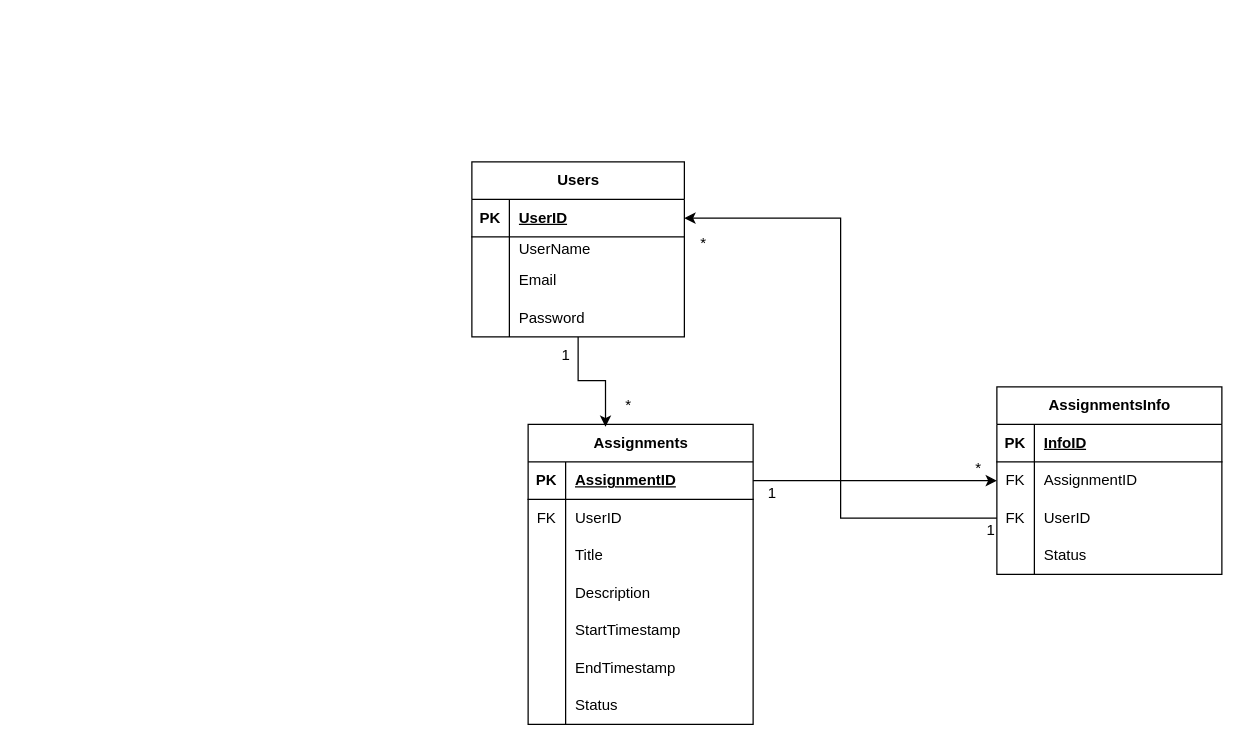
Above: FraudSnifferSchema.drawio in PraneethV-cmd/fraud-sniffer (draw.io), before the change. Source tidied: cells renumbered, new cells numbered last; positions are measured from the earlier drawing's top-left corner, leaving out a move shared by most shapes. Both pictures are drawn from the tidied source at 125%, with x=0, y=0 at pixel (471, 161).
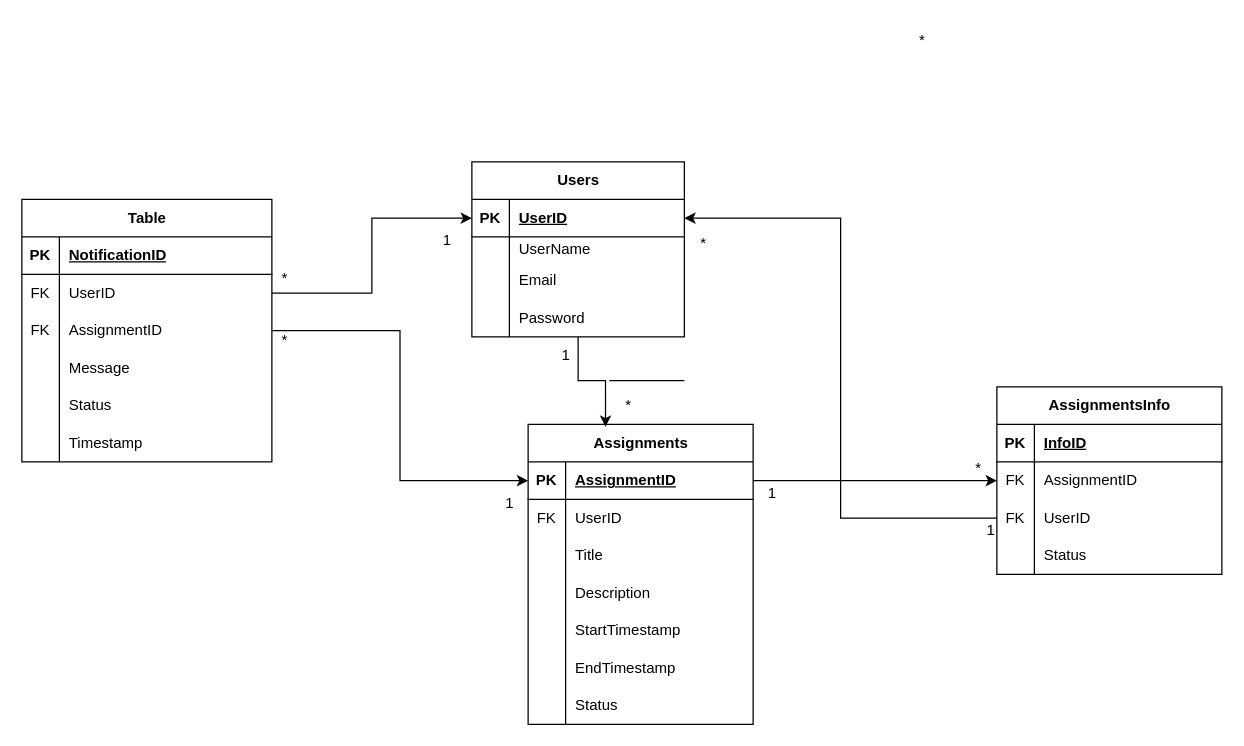
Above is the later version.

The change refers to these unchanged cells:
```xml
<mxCell id="3" style="shape=tableRow;horizontal=0;startSize=0;swimlaneHead=0;swimlaneBody=0;fillColor=none;points=[[0,0.5],[1,0.5]];portConstraint=eastwest;top=0;left=0;right=0;bottom=1;" parent="2" vertex="1">
  <mxGeometry y="30" width="170" height="30" as="geometry" />
</mxCell>
<mxCell id="16" style="shape=tableRow;horizontal=0;startSize=0;swimlaneHead=0;swimlaneBody=0;fillColor=none;points=[[0,0.5],[1,0.5]];portConstraint=eastwest;top=0;left=0;right=0;bottom=1;" parent="15" vertex="1">
  <mxGeometry y="30" width="180" height="30" as="geometry" />
</mxCell>
```

Diff of the diagram source:
```diff
@@
+    <mxCell id="60" value="Table" style="shape=table;startSize=30;childLayout=tableLayout;rowLines=0;fontStyle=1;align=center;html=1;" parent="1" vertex="1">
+      <mxGeometry x="-360" y="30" width="200" height="210" as="geometry" />
+    </mxCell>
+    <mxCell id="61" style="shape=tableRow;horizontal=0;startSize=0;swimlaneHead=0;swimlaneBody=0;fillColor=none;top=0;left=0;right=0;bottom=1;" parent="60" vertex="1">
+      <mxGeometry y="30" width="200" height="30" as="geometry" />
+    </mxCell>
+    <mxCell id="62" value="PK" style="shape=partialRectangle;fillColor=none;top=0;left=0;bottom=0;right=0;fontStyle=1;overflow=hidden;whiteSpace=wrap;html=1;" parent="61" vertex="1">
+      <mxGeometry width="30" height="30" as="geometry" />
+    </mxCell>
+    <mxCell id="63" value="NotificationID" style="shape=partialRectangle;fillColor=none;top=0;left=0;bottom=0;right=0;align=left;spacingLeft=6;fontStyle=5;overflow=hidden;whiteSpace=wrap;html=1;" parent="61" vertex="1">
+      <mxGeometry x="30" width="170" height="30" as="geometry" />
+    </mxCell>
+    <mxCell id="64" style="shape=tableRow;horizontal=0;startSize=0;swimlaneHead=0;swimlaneBody=0;fillColor=none;points=[[0,0.5],[1,0.5]];portConstraint=eastwest;top=0;left=0;right=0;bottom=0;" parent="60" vertex="1">
+      <mxGeometry y="60" width="200" height="30" as="geometry" />
+    </mxCell>
+    <mxCell id="65" value="FK" style="shape=partialRectangle;fillColor=none;top=0;left=0;bottom=0;right=0;overflow=hidden;whiteSpace=wrap;html=1;" parent="64" vertex="1">
+      <mxGeometry width="30" height="30" as="geometry" />
+    </mxCell>
+    <mxCell id="66" value="UserID" style="shape=partialRectangle;fillColor=none;top=0;left=0;bottom=0;right=0;align=left;spacingLeft=6;overflow=hidden;whiteSpace=wrap;html=1;" parent="64" vertex="1">
+      <mxGeometry x="30" width="170" height="30" as="geometry" />
+    </mxCell>
+    <mxCell id="67" style="shape=tableRow;horizontal=0;startSize=0;swimlaneHead=0;swimlaneBody=0;fillColor=none;points=[[0,0.5],[1,0.5]];portConstraint=eastwest;top=0;left=0;right=0;bottom=0;" parent="60" vertex="1">
+      <mxGeometry y="90" width="200" height="30" as="geometry" />
+    </mxCell>
+    <mxCell id="68" value="FK" style="shape=partialRectangle;fillColor=none;top=0;left=0;bottom=0;right=0;overflow=hidden;whiteSpace=wrap;html=1;" parent="67" vertex="1">
+      <mxGeometry width="30" height="30" as="geometry" />
+    </mxCell>
+    <mxCell id="69" value="AssignmentID" style="shape=partialRectangle;fillColor=none;top=0;left=0;bottom=0;right=0;align=left;spacingLeft=6;overflow=hidden;whiteSpace=wrap;html=1;" parent="67" vertex="1">
+      <mxGeometry x="30" width="170" height="30" as="geometry" />
+    </mxCell>
+    <mxCell id="70" style="shape=tableRow;horizontal=0;startSize=0;swimlaneHead=0;swimlaneBody=0;fillColor=none;top=0;left=0;right=0;bottom=0;" parent="60" vertex="1">
+      <mxGeometry y="120" width="200" height="30" as="geometry" />
+    </mxCell>
+    <mxCell id="71" style="shape=partialRectangle;fillColor=none;top=0;left=0;bottom=0;right=0;overflow=hidden;whiteSpace=wrap;html=1;" parent="70" vertex="1">
+      <mxGeometry width="30" height="30" as="geometry" />
+    </mxCell>
+    <mxCell id="72" value="Message" style="shape=partialRectangle;fillColor=none;top=0;left=0;bottom=0;right=0;align=left;spacingLeft=6;overflow=hidden;whiteSpace=wrap;html=1;" parent="70" vertex="1">
+      <mxGeometry x="30" width="170" height="30" as="geometry" />
+    </mxCell>
+    <mxCell id="73" style="shape=tableRow;horizontal=0;startSize=0;swimlaneHead=0;swimlaneBody=0;fillColor=none;top=0;left=0;right=0;bottom=0;" parent="60" vertex="1">
+      <mxGeometry y="150" width="200" height="30" as="geometry" />
+    </mxCell>
+    <mxCell id="74" style="shape=partialRectangle;fillColor=none;top=0;left=0;bottom=0;right=0;overflow=hidden;whiteSpace=wrap;html=1;" parent="73" vertex="1">
+      <mxGeometry width="30" height="30" as="geometry" />
+    </mxCell>
+    <mxCell id="75" value="Status" style="shape=partialRectangle;fillColor=none;top=0;left=0;bottom=0;right=0;align=left;spacingLeft=6;overflow=hidden;whiteSpace=wrap;html=1;" parent="73" vertex="1">
+      <mxGeometry x="30" width="170" height="30" as="geometry" />
+    </mxCell>
+    <mxCell id="76" style="shape=tableRow;horizontal=0;startSize=0;swimlaneHead=0;swimlaneBody=0;fillColor=none;top=0;left=0;right=0;bottom=0;" parent="60" vertex="1">
+      <mxGeometry y="180" width="200" height="30" as="geometry" />
+    </mxCell>
+    <mxCell id="77" style="shape=partialRectangle;fillColor=none;top=0;left=0;bottom=0;right=0;overflow=hidden;whiteSpace=wrap;html=1;" parent="76" vertex="1">
+      <mxGeometry width="30" height="30" as="geometry" />
+    </mxCell>
+    <mxCell id="78" value="Timestamp" style="shape=partialRectangle;fillColor=none;top=0;left=0;bottom=0;right=0;align=left;spacingLeft=6;overflow=hidden;whiteSpace=wrap;html=1;" parent="76" vertex="1">
+      <mxGeometry x="30" width="170" height="30" as="geometry" />
+    </mxCell>
+    <mxCell id="79" value="1" style="text;html=1;align=center;verticalAlign=middle;strokeColor=none;fillColor=none;" parent="1" vertex="1">
+      <mxGeometry x="-35" y="48" width="30" height="30" as="geometry" />
+    </mxCell>
+    <mxCell id="80" value="*" style="text;html=1;align=center;verticalAlign=middle;strokeColor=none;fillColor=none;" parent="1" vertex="1">
+      <mxGeometry x="345" y="-112" width="30" height="30" as="geometry" />
+    </mxCell>
+    <mxCell id="81" style="edgeStyle=orthogonalEdgeStyle;rounded=0;jettySize=auto;html=1;exitX=1;exitY=0.5;exitDx=0;exitDy=0;" parent="1" edge="1" source="67" target="16">
+      <mxGeometry relative="1" as="geometry" />
+    </mxCell>
+    <mxCell id="82" style="line;strokeWidth=1;dashed=0;labelPosition=right;align=left;verticalAlign=middle;spacingTop=0;spacingLeft=6;" parent="1" vertex="1">
+      <mxGeometry x="110" y="170" width="60" height="10" as="geometry" />
+    </mxCell>
+    <mxCell id="83" style="edgeStyle=orthogonalEdgeStyle;rounded=0;jettySize=auto;html=1;exitX=1;exitY=0.5;exitDx=0;exitDy=0;entryX=0;entryY=0.5;entryDx=0;entryDy=0;" parent="1" edge="1" source="64" target="3">
+      <mxGeometry relative="1" as="geometry" />
+    </mxCell>
+    <mxCell id="84" value="*" style="text;html=1;align=center;verticalAlign=middle;strokeColor=none;fillColor=none;" parent="1" vertex="1">
+      <mxGeometry x="-165" y="78" width="30" height="30" as="geometry" />
+    </mxCell>
+    <mxCell id="85" value="*" style="text;html=1;align=center;verticalAlign=middle;strokeColor=none;fillColor=none;" parent="1" vertex="1">
+      <mxGeometry x="-165" y="128" width="30" height="30" as="geometry" />
+    </mxCell>
+    <mxCell id="86" value="1" style="text;html=1;align=center;verticalAlign=middle;strokeColor=none;fillColor=none;" parent="1" vertex="1">
+      <mxGeometry x="15" y="258" width="30" height="30" as="geometry" />
+    </mxCell>
```
